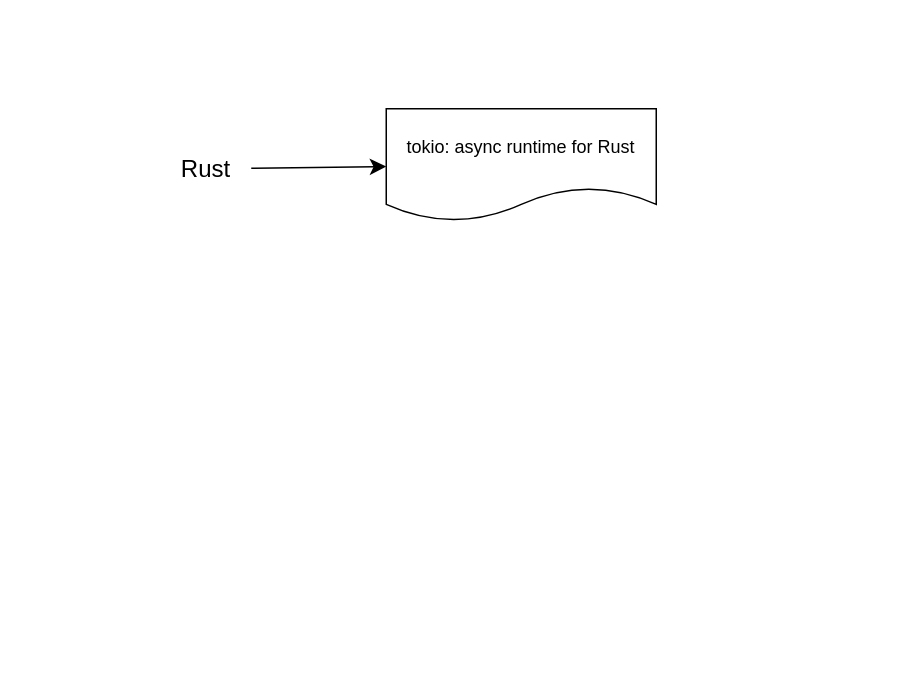
Before: rust.drawio in heiaun-jack/hjjcodejourney.github.io, a draw.io diagram. Source tidied: cells renumbered, new cells numbered last; positions are measured from the earlier drawing's top-left corner, leaving out a move shared by most shapes. Both pictures are drawn from the tidied source at 150%, with x=0, y=0 at pixel (160, 108).
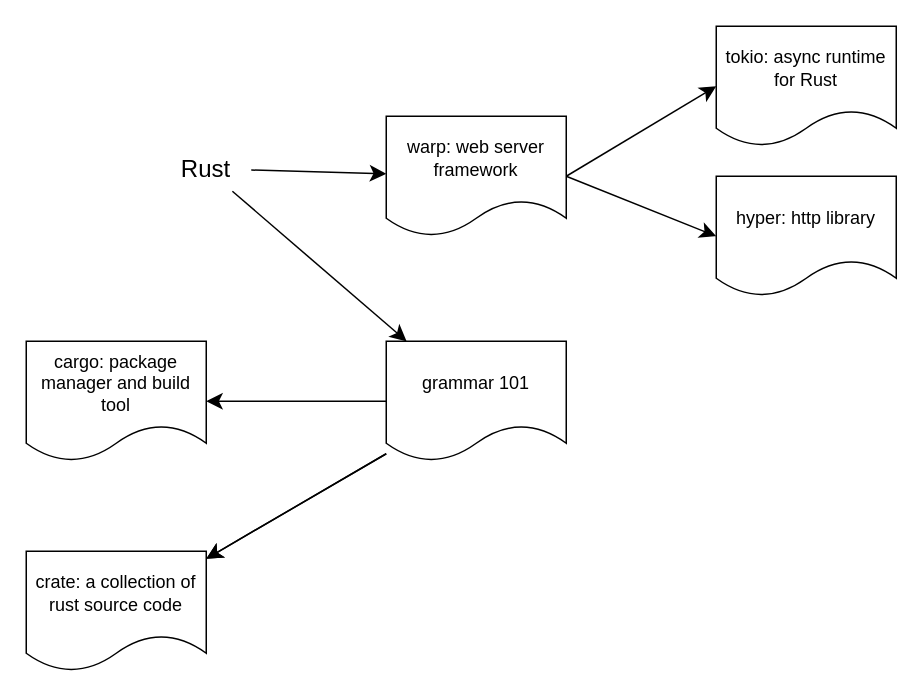
The same page after the edit.

Diff of the diagram source:
```diff
@@
 <mxGraphModel>
   <root>
     <mxCell id="0" />
     <mxCell id="1" parent="0" />
-    <mxCell id="2" style="edgeStyle=none;curved=1;rounded=0;jettySize=auto;html=1;fontSize=12;startSize=8;endSize=8;" parent="1" edge="1" source="3" target="4">
+    <mxCell id="2" style="edgeStyle=none;curved=1;rounded=0;jettySize=auto;html=1;fontSize=12;startSize=8;endSize=8;exitX=1;exitY=0.5;exitDx=0;exitDy=0;entryX=0;entryY=0.5;entryDx=0;entryDy=0;" parent="1" edge="1" source="8" target="4">
       <mxGeometry relative="1" as="geometry" />
     </mxCell>
+    <mxCell id="5" style="edgeStyle=none;curved=1;rounded=0;jettySize=auto;html=1;fontSize=12;startSize=8;endSize=8;" parent="1" edge="1" source="3" target="8">
+      <mxGeometry relative="1" as="geometry" />
+    </mxCell>
+    <mxCell id="6" style="edgeStyle=none;curved=1;rounded=0;jettySize=auto;html=1;fontSize=12;startSize=8;endSize=8;entryX=0;entryY=0.5;entryDx=0;entryDy=0;exitX=1;exitY=0.5;exitDx=0;exitDy=0;" parent="1" edge="1" source="8" target="9">
+      <mxGeometry relative="1" as="geometry" />
+    </mxCell>
+    <mxCell id="7" style="edgeStyle=none;curved=1;rounded=0;jettySize=auto;html=1;fontSize=12;startSize=8;endSize=8;" parent="1" edge="1" source="3" target="13">
+      <mxGeometry relative="1" as="geometry" />
+    </mxCell>
     <mxCell id="3" value="Rust" style="text;strokeColor=none;fillColor=none;html=1;align=center;verticalAlign=middle;whiteSpace=wrap;rounded=0;fontSize=16;" parent="1" vertex="1">
       <mxGeometry y="25" width="60" height="30" as="geometry" />
     </mxCell>
     <mxCell id="4" value="tokio: async runtime for Rust" style="shape=document;whiteSpace=wrap;html=1;boundedLbl=1;" parent="1" vertex="1">
-      <mxGeometry x="150" width="180" height="75" as="geometry" />
+      <mxGeometry x="370" y="-55" width="120" height="80" as="geometry" />
     </mxCell>
+    <mxCell id="8" value="warp: web server framework" style="shape=document;whiteSpace=wrap;html=1;boundedLbl=1;" parent="1" vertex="1">
+      <mxGeometry x="150" y="5" width="120" height="80" as="geometry" />
+    </mxCell>
+    <mxCell id="9" value="hyper: http library" style="shape=document;whiteSpace=wrap;html=1;boundedLbl=1;" parent="1" vertex="1">
+      <mxGeometry x="370" y="45" width="120" height="80" as="geometry" />
+    </mxCell>
+    <mxCell id="10" style="edgeStyle=none;curved=1;rounded=0;jettySize=auto;html=1;fontSize=12;startSize=8;endSize=8;" parent="1" edge="1" source="13" target="14">
+      <mxGeometry relative="1" as="geometry" />
+    </mxCell>
+    <mxCell id="11" style="edgeStyle=none;curved=1;rounded=0;jettySize=auto;html=1;fontSize=12;startSize=8;endSize=8;" parent="1" edge="1" source="13" target="14">
+      <mxGeometry relative="1" as="geometry" />
+    </mxCell>
+    <mxCell id="12" style="edgeStyle=none;curved=1;rounded=0;jettySize=auto;html=1;fontSize=12;startSize=8;endSize=8;" parent="1" edge="1" source="13" target="15">
+      <mxGeometry relative="1" as="geometry" />
+    </mxCell>
+    <mxCell id="13" value="grammar 101" style="shape=document;whiteSpace=wrap;html=1;boundedLbl=1;" parent="1" vertex="1">
+      <mxGeometry x="150" y="155" width="120" height="80" as="geometry" />
+    </mxCell>
+    <mxCell id="14" value="crate: a collection of rust source code" style="shape=document;whiteSpace=wrap;html=1;boundedLbl=1;" parent="1" vertex="1">
+      <mxGeometry x="-90" y="295" width="120" height="80" as="geometry" />
+    </mxCell>
+    <mxCell id="15" value="cargo: package manager and build tool" style="shape=document;whiteSpace=wrap;html=1;boundedLbl=1;" parent="1" vertex="1">
+      <mxGeometry x="-90" y="155" width="120" height="80" as="geometry" />
+    </mxCell>
   </root>
 </mxGraphModel>
```
